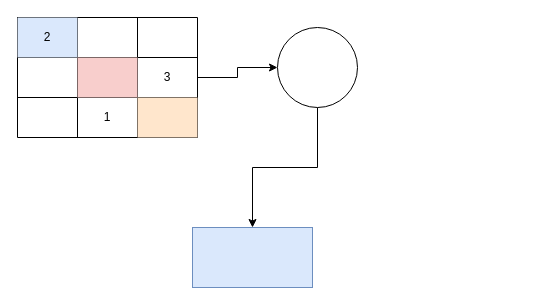
Before: page "Page-1" (1 of 2) of docs/assets/drawio/demo.drawio in SszOrg/bulletin, a draw.io diagram. Source tidied: cells renumbered, new cells numbered last; positions are measured from the earlier drawing's top-left corner, leaving out a move shared by most shapes. Both pictures are drawn from the tidied source at 100%, with x=0, y=0 at pixel (17, 17).
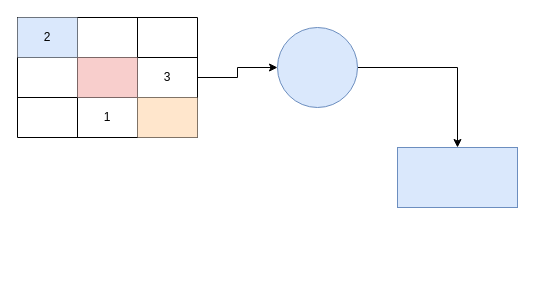
The same page after the edit.

What changed in the source:
```diff
@@
 <mxGraphModel>
   <root>
     <mxCell id="0" />
     <mxCell id="1" parent="0" />
     <mxCell id="2" style="shape=table;html=1;whiteSpace=wrap;startSize=0;childLayout=tableLayout;" parent="1" vertex="1">
       <mxGeometry width="180" height="120" as="geometry" />
     </mxCell>
     <mxCell id="3" style="shape=tableRow;horizontal=0;startSize=0;swimlaneHead=0;swimlaneBody=0;top=0;left=0;bottom=0;right=0;fillColor=none;" parent="2" vertex="1">
       <mxGeometry width="180" height="40" as="geometry" />
     </mxCell>
     <mxCell id="4" value="2" style="shape=partialRectangle;html=1;whiteSpace=wrap;fillColor=#dae8fc;top=0;left=0;bottom=0;right=0;overflow=hidden;strokeColor=#6c8ebf;" parent="3" vertex="1">
       <mxGeometry width="60" height="40" as="geometry" />
     </mxCell>
     <mxCell id="5" style="shape=partialRectangle;html=1;whiteSpace=wrap;fillColor=none;top=0;left=0;bottom=0;right=0;overflow=hidden;" parent="3" vertex="1">
       <mxGeometry x="60" width="60" height="40" as="geometry" />
     </mxCell>
     <mxCell id="6" style="shape=partialRectangle;html=1;whiteSpace=wrap;fillColor=none;top=0;left=0;bottom=0;right=0;overflow=hidden;" parent="3" vertex="1">
       <mxGeometry x="120" width="60" height="40" as="geometry" />
     </mxCell>
     <mxCell id="7" style="shape=tableRow;horizontal=0;startSize=0;swimlaneHead=0;swimlaneBody=0;top=0;left=0;bottom=0;right=0;fillColor=none;points=[[0,0.5],[1,0.5]];portConstraint=eastwest;" parent="2" vertex="1">
       <mxGeometry y="40" width="180" height="40" as="geometry" />
     </mxCell>
     <mxCell id="8" style="shape=partialRectangle;html=1;whiteSpace=wrap;fillColor=none;top=0;left=0;bottom=0;right=0;overflow=hidden;" parent="7" vertex="1">
       <mxGeometry width="60" height="40" as="geometry" />
     </mxCell>
     <mxCell id="9" style="shape=partialRectangle;html=1;whiteSpace=wrap;fillColor=#f8cecc;top=0;left=0;bottom=0;right=0;overflow=hidden;strokeColor=#b85450;" parent="7" vertex="1">
       <mxGeometry x="60" width="60" height="40" as="geometry" />
     </mxCell>
     <mxCell id="10" value="3" style="shape=partialRectangle;html=1;whiteSpace=wrap;fillColor=none;top=0;left=0;bottom=0;right=0;overflow=hidden;" parent="7" vertex="1">
       <mxGeometry x="120" width="60" height="40" as="geometry" />
     </mxCell>
     <mxCell id="11" style="shape=tableRow;horizontal=0;startSize=0;swimlaneHead=0;swimlaneBody=0;top=0;left=0;bottom=0;right=0;fillColor=none;" parent="2" vertex="1">
       <mxGeometry y="80" width="180" height="40" as="geometry" />
     </mxCell>
     <mxCell id="12" style="shape=partialRectangle;html=1;whiteSpace=wrap;fillColor=none;top=0;left=0;bottom=0;right=0;overflow=hidden;" parent="11" vertex="1">
       <mxGeometry width="60" height="40" as="geometry" />
     </mxCell>
     <mxCell id="13" value="1" style="shape=partialRectangle;html=1;whiteSpace=wrap;fillColor=none;top=0;left=0;bottom=0;right=0;overflow=hidden;" parent="11" vertex="1">
       <mxGeometry x="60" width="60" height="40" as="geometry" />
     </mxCell>
     <mxCell id="14" style="shape=partialRectangle;html=1;whiteSpace=wrap;fillColor=#ffe6cc;top=0;left=0;bottom=0;right=0;overflow=hidden;strokeColor=#d79b00;" parent="11" vertex="1">
       <mxGeometry x="120" width="60" height="40" as="geometry" />
     </mxCell>
     <mxCell id="15" style="edgeStyle=orthogonalEdgeStyle;rounded=0;jettySize=auto;html=1;entryX=0.5;entryY=0;entryDx=0;entryDy=0;" parent="1" edge="1" source="16" target="17">
       <mxGeometry relative="1" as="geometry" />
     </mxCell>
-    <mxCell id="16" style="ellipse;whiteSpace=wrap;html=1;" parent="1" vertex="1">
+    <mxCell id="16" style="ellipse;whiteSpace=wrap;html=1;fillColor=#dae8fc;strokeColor=#6c8ebf;" parent="1" vertex="1">
       <mxGeometry x="260" y="10" width="80" height="80" as="geometry" />
     </mxCell>
     <mxCell id="17" style="rounded=0;whiteSpace=wrap;html=1;fillColor=#dae8fc;strokeColor=#6c8ebf;" parent="1" vertex="1">
-      <mxGeometry x="175" y="210" width="120" height="60" as="geometry" />
+      <mxGeometry x="380" y="130" width="120" height="60" as="geometry" />
     </mxCell>
     <mxCell id="18" style="edgeStyle=orthogonalEdgeStyle;rounded=0;jettySize=auto;html=1;" parent="1" edge="1" source="7" target="16">
       <mxGeometry relative="1" as="geometry" />
     </mxCell>
   </root>
 </mxGraphModel>
```
